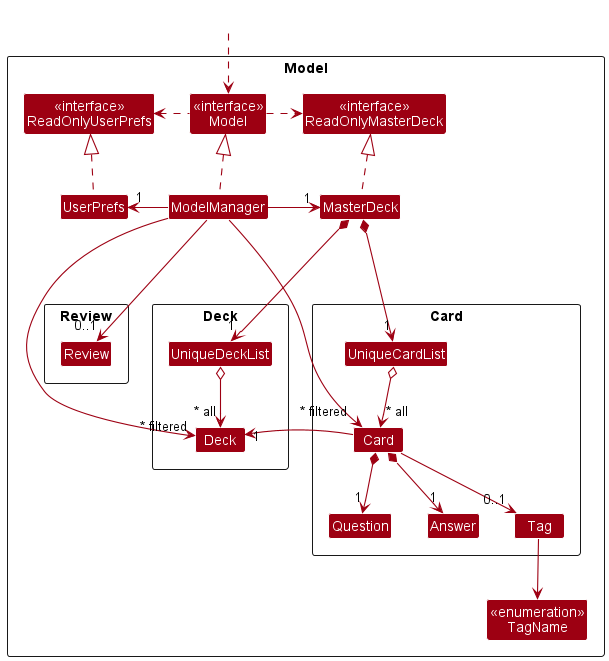
Earlier version of the PlantUML export docs/images/ModelClassDiagram.png (nus-cs2103-AY2223S2/tp).
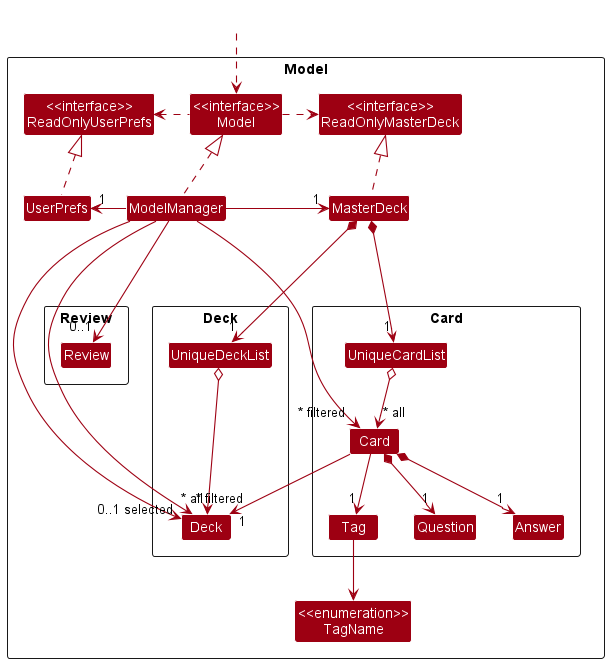
Above is the later version.

Commit message:
Update model manager diagram

Diff of the diagram source:
```diff
@@ -57,11 +57,11 @@
 MasterDeck *---> "1" UniqueCardList
 
 UniqueCardList o--> "~* all" Card
-UniqueDeckList o--> "~* all" Deck
+UniqueDeckList o---> "~* all" Deck
 
 Card *--> "1" Question
 Card *--> "1" Answer
-Card --> "0..1" Tag
+Card --> "1" Tag
 Card -r> "1" Deck
 Tag --> TagName
 
@@ -69,6 +69,7 @@
 Answer -right[hidden]- Tag
 
 ModelManager -->"~* filtered" Card
+ModelManager -->"0..1 selected" Deck
 ModelManager -->"~* filtered" Deck
 
 @enduml
```
